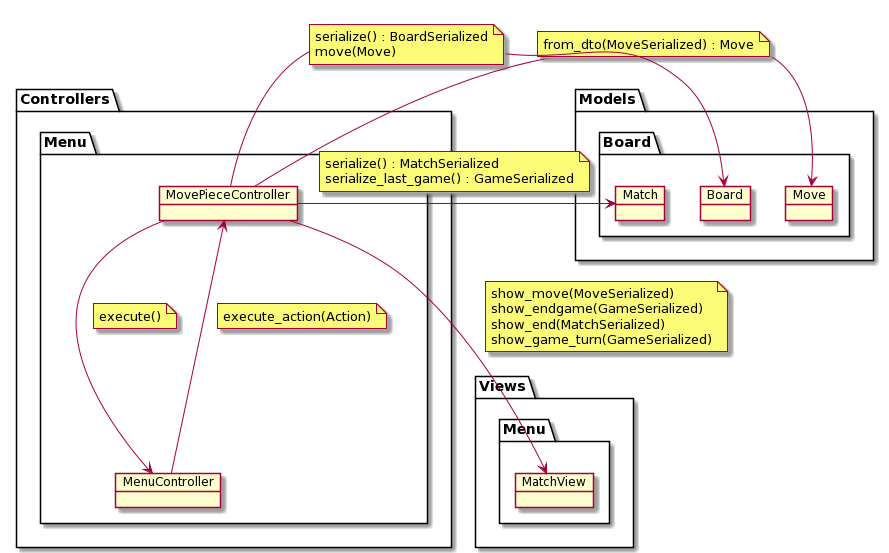
This is rup/analysis/use_cases/move_piece.png from USantaTecla-game-backgammon/backgammon, a PlantUML export, as it was before one commit.
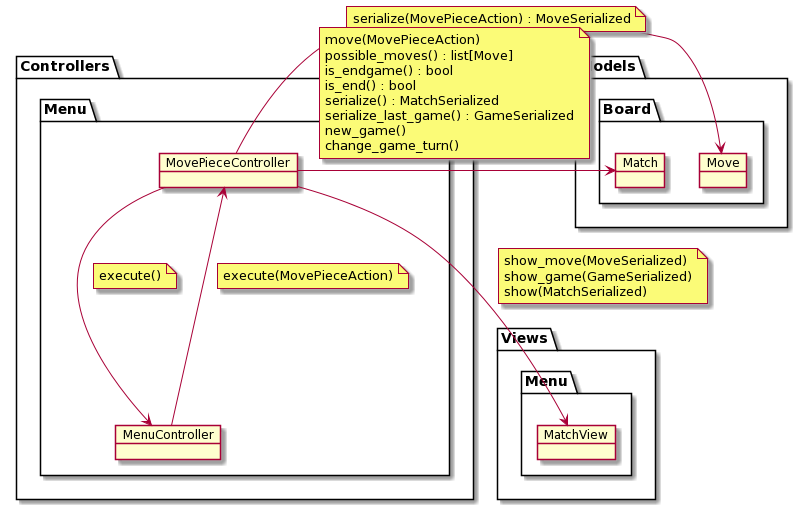
Above is the later version.

Diff of the diagram source:
```diff
@@ -7,7 +7,6 @@
 
 package Models {
     package Board3 as "Board" {
-        object Board
         object Move
         object Match
     }
@@ -25,33 +24,32 @@
 
         MenuController --> MovePieceController
         note on link
-            execute_action(Action)
+            execute(MovePieceAction)
         end note
     }
 }
 
 MovePieceController -right-> Move
 note on link
-    from_dto(MoveSerialized) : Move
-end note
-
-MovePieceController -right-> Board
-note on link
-    serialize() : BoardSerialized
-    move(Move)
+    serialize(MovePieceAction) : MoveSerialized
 end note
 
 MovePieceController -right-> Match
 note on link
+    move(MovePieceAction)
+    possible_moves() : list[Move]
+    is_endgame() : bool
+    is_end() : bool
     serialize() : MatchSerialized
     serialize_last_game() : GameSerialized
+    new_game()
+    change_game_turn()
 end note
 
 MovePieceController --> MatchView
 note on link
     show_move(MoveSerialized)
-    show_endgame(GameSerialized)
-    show_end(MatchSerialized)
-    show_game_turn(GameSerialized)
+    show_game(GameSerialized)
+    show(MatchSerialized)
 end note
 @enduml
```
